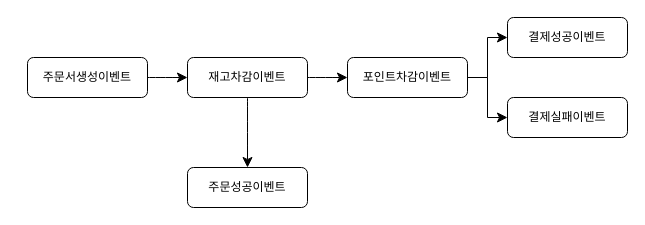
This is src/제목 없는 다이어그램.drawio from mihioon/tddEx01, a draw.io file, before an edit. Source tidied: cells renumbered, new cells numbered last; positions are measured from the earlier drawing's top-left corner, leaving out a move shared by most shapes. Both pictures are drawn from the tidied source at 100%, with x=0, y=0 at pixel (27, 17).
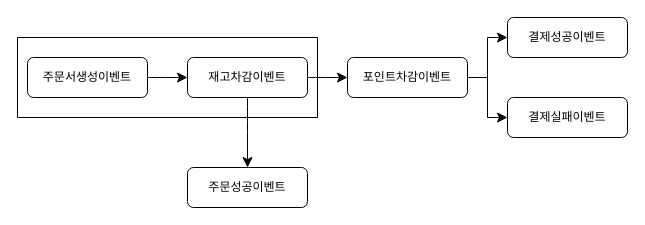
Above is the later version.

Commit message (it also covers changes not shown here):
제목 없는 다이어그램.drawio 업데이트

Change to the diagram source:
```diff
@@
 <mxGraphModel>
   <root>
     <mxCell id="0" />
     <mxCell id="1" parent="0" />
     <mxCell id="2" style="edgeStyle=none;curved=1;rounded=0;jettySize=auto;html=1;exitX=1;exitY=0.5;exitDx=0;exitDy=0;entryX=0;entryY=0.5;entryDx=0;entryDy=0;fontSize=12;startSize=8;endSize=8;" parent="1" edge="1" source="3" target="6">
       <mxGeometry relative="1" as="geometry" />
     </mxCell>
     <mxCell id="3" value="주문서생성이벤트" style="rounded=1;whiteSpace=wrap;html=1;fontSize=12;glass=0;strokeWidth=1;shadow=0;" parent="1" vertex="1">
       <mxGeometry y="40" width="120" height="40" as="geometry" />
     </mxCell>
     <mxCell id="4" style="edgeStyle=none;curved=1;rounded=0;jettySize=auto;html=1;exitX=1;exitY=0.5;exitDx=0;exitDy=0;entryX=0;entryY=0.5;entryDx=0;entryDy=0;fontSize=12;startSize=8;endSize=8;" parent="1" edge="1" source="6" target="7">
       <mxGeometry relative="1" as="geometry" />
     </mxCell>
     <mxCell id="5" style="edgeStyle=none;curved=1;rounded=0;jettySize=auto;html=1;exitX=0.5;exitY=1;exitDx=0;exitDy=0;entryX=0.5;entryY=0;entryDx=0;entryDy=0;fontSize=12;startSize=8;endSize=8;" parent="1" edge="1" source="6" target="12">
       <mxGeometry relative="1" as="geometry" />
     </mxCell>
     <mxCell id="6" value="재고차감이벤트" style="rounded=1;whiteSpace=wrap;html=1;fontSize=12;glass=0;strokeWidth=1;shadow=0;" parent="1" vertex="1">
       <mxGeometry x="160" y="40" width="120" height="40" as="geometry" />
     </mxCell>
     <mxCell id="7" value="포인트차감이벤트" style="rounded=1;whiteSpace=wrap;html=1;fontSize=12;glass=0;strokeWidth=1;shadow=0;" parent="1" vertex="1">
       <mxGeometry x="320" y="40" width="120" height="40" as="geometry" />
     </mxCell>
     <mxCell id="8" value="결제성공이벤트" style="rounded=1;whiteSpace=wrap;html=1;fontSize=12;glass=0;strokeWidth=1;shadow=0;" parent="1" vertex="1">
       <mxGeometry x="480" width="120" height="40" as="geometry" />
     </mxCell>
     <mxCell id="9" style="edgeStyle=elbowEdgeStyle;elbow=horizontal;endArrow=classic;html=1;curved=0;rounded=0;endSize=8;startSize=8;fontSize=12;exitX=1;exitY=0.5;exitDx=0;exitDy=0;entryX=0;entryY=0.5;entryDx=0;entryDy=0;" parent="1" edge="1" source="7" target="8">
       <mxGeometry relative="1" as="geometry">
         <Array as="points">
           <mxPoint x="460" y="30" />
         </Array>
       </mxGeometry>
     </mxCell>
     <mxCell id="10" value="결제실패이벤트" style="rounded=1;whiteSpace=wrap;html=1;fontSize=12;glass=0;strokeWidth=1;shadow=0;" parent="1" vertex="1">
       <mxGeometry x="480" y="80" width="120" height="40" as="geometry" />
     </mxCell>
     <mxCell id="11" style="edgeStyle=elbowEdgeStyle;elbow=horizontal;endArrow=classic;html=1;curved=0;rounded=0;endSize=8;startSize=8;fontSize=12;exitX=1;exitY=0.5;exitDx=0;exitDy=0;entryX=0;entryY=0.5;entryDx=0;entryDy=0;" parent="1" edge="1" source="7" target="10">
       <mxGeometry relative="1" as="geometry">
         <Array as="points">
           <mxPoint x="460" y="80" />
         </Array>
       </mxGeometry>
     </mxCell>
     <mxCell id="12" value="주문성공이벤트" style="rounded=1;whiteSpace=wrap;html=1;fontSize=12;glass=0;strokeWidth=1;shadow=0;" parent="1" vertex="1">
       <mxGeometry x="160" y="150" width="120" height="40" as="geometry" />
     </mxCell>
+    <mxCell id="13" style="swimlane;startSize=0;" parent="1" vertex="1">
+      <mxGeometry x="-10" y="20" width="300" height="80" as="geometry" />
+    </mxCell>
   </root>
 </mxGraphModel>
```
